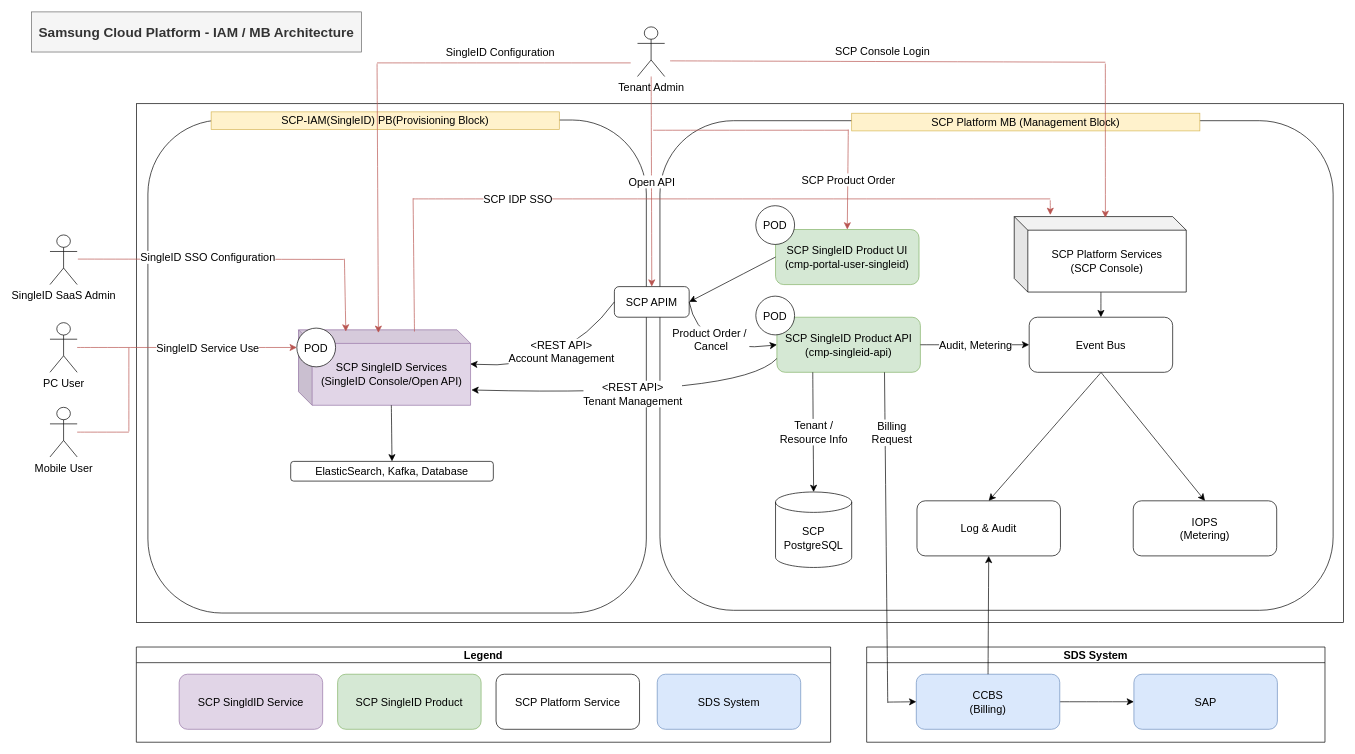
EST-94/workflows_diagram keeps this draw.io diagram as Projects/inCompany/cmp_singleid_api.drawio. Above is the earlier version. Source tidied: cells renumbered, new cells numbered last; positions are measured from the earlier drawing's top-left corner, leaving out a move shared by most shapes. Both pictures are drawn from the tidied source at 68%, with x=0, y=0 at pixel (31, 12).
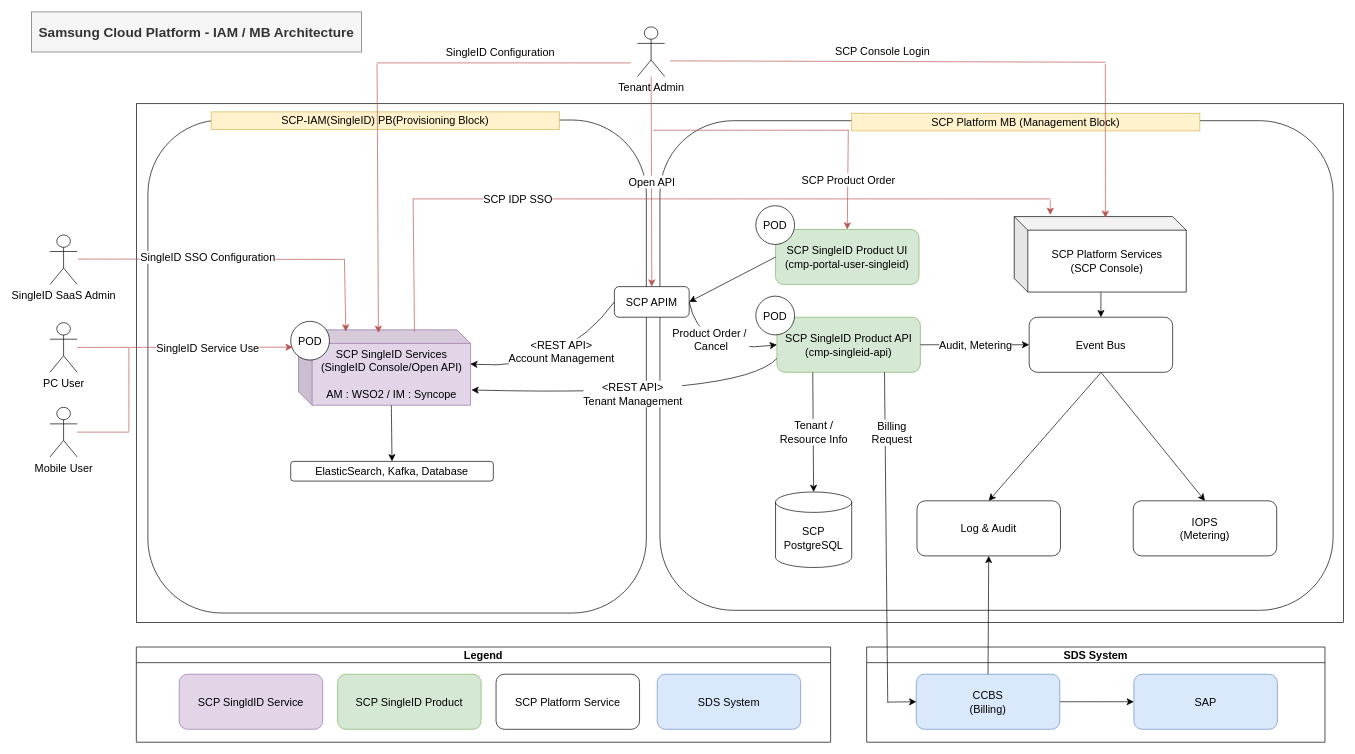
The same diagram, later.

The change refers to these unchanged cells:
```xml
<mxCell id="49" value="PC User" style="shape=umlActor;verticalLabelPosition=bottom;verticalAlign=top;html=1;outlineConnect=0;fontSize=16;" parent="1" vertex="1">
  <mxGeometry x="27" y="457" width="40" height="73" as="geometry" />
</mxCell>
```

Change to the diagram source:
```diff
@@
-    <mxCell id="8" value="SCP SingleID Services&lt;br&gt;(SingleID Console/Open API)" style="shape=cube;whiteSpace=wrap;html=1;boundedLbl=1;backgroundOutline=1;darkOpacity=0.05;darkOpacity2=0.1;fontSize=16;fillColor=#e1d5e7;strokeColor=#9673a6;" parent="1" vertex="1">
+    <mxCell id="8" value="SCP SingleID Services&lt;br&gt;(SingleID Console/Open API)&lt;br&gt;&lt;br&gt;AM : WSO2 / IM : Syncope" style="shape=cube;whiteSpace=wrap;html=1;boundedLbl=1;backgroundOutline=1;darkOpacity=0.05;darkOpacity2=0.1;fontSize=16;fillColor=#e1d5e7;strokeColor=#9673a6;" parent="1" vertex="1">
       <mxGeometry x="392.5" y="467.5" width="253" height="111" as="geometry" />
     </mxCell>
@@
     <mxCell id="36" value="POD" style="ellipse;whiteSpace=wrap;html=1;fontSize=16;" parent="1" vertex="1">
-      <mxGeometry x="390" y="465" width="57" height="57" as="geometry" />
+      <mxGeometry x="381" y="455" width="57" height="57" as="geometry" />
     </mxCell>
@@
-    <mxCell id="48" style="edgeStyle=none;curved=1;rounded=0;jettySize=auto;html=1;fontSize=12;startSize=8;endSize=8;entryX=0;entryY=0.5;entryDx=0;entryDy=0;fillColor=#f8cecc;strokeColor=#b85450;" parent="1" edge="1" source="49" target="36">
+    <mxCell id="48" style="edgeStyle=none;curved=1;rounded=0;jettySize=auto;html=1;fontSize=12;startSize=8;endSize=8;entryX=0.053;entryY=0.667;entryDx=0;entryDy=0;fillColor=#f8cecc;strokeColor=#b85450;entryPerimeter=0;" parent="1" edge="1" source="49" target="36">
       <mxGeometry relative="1" as="geometry" />
     </mxCell>
```
